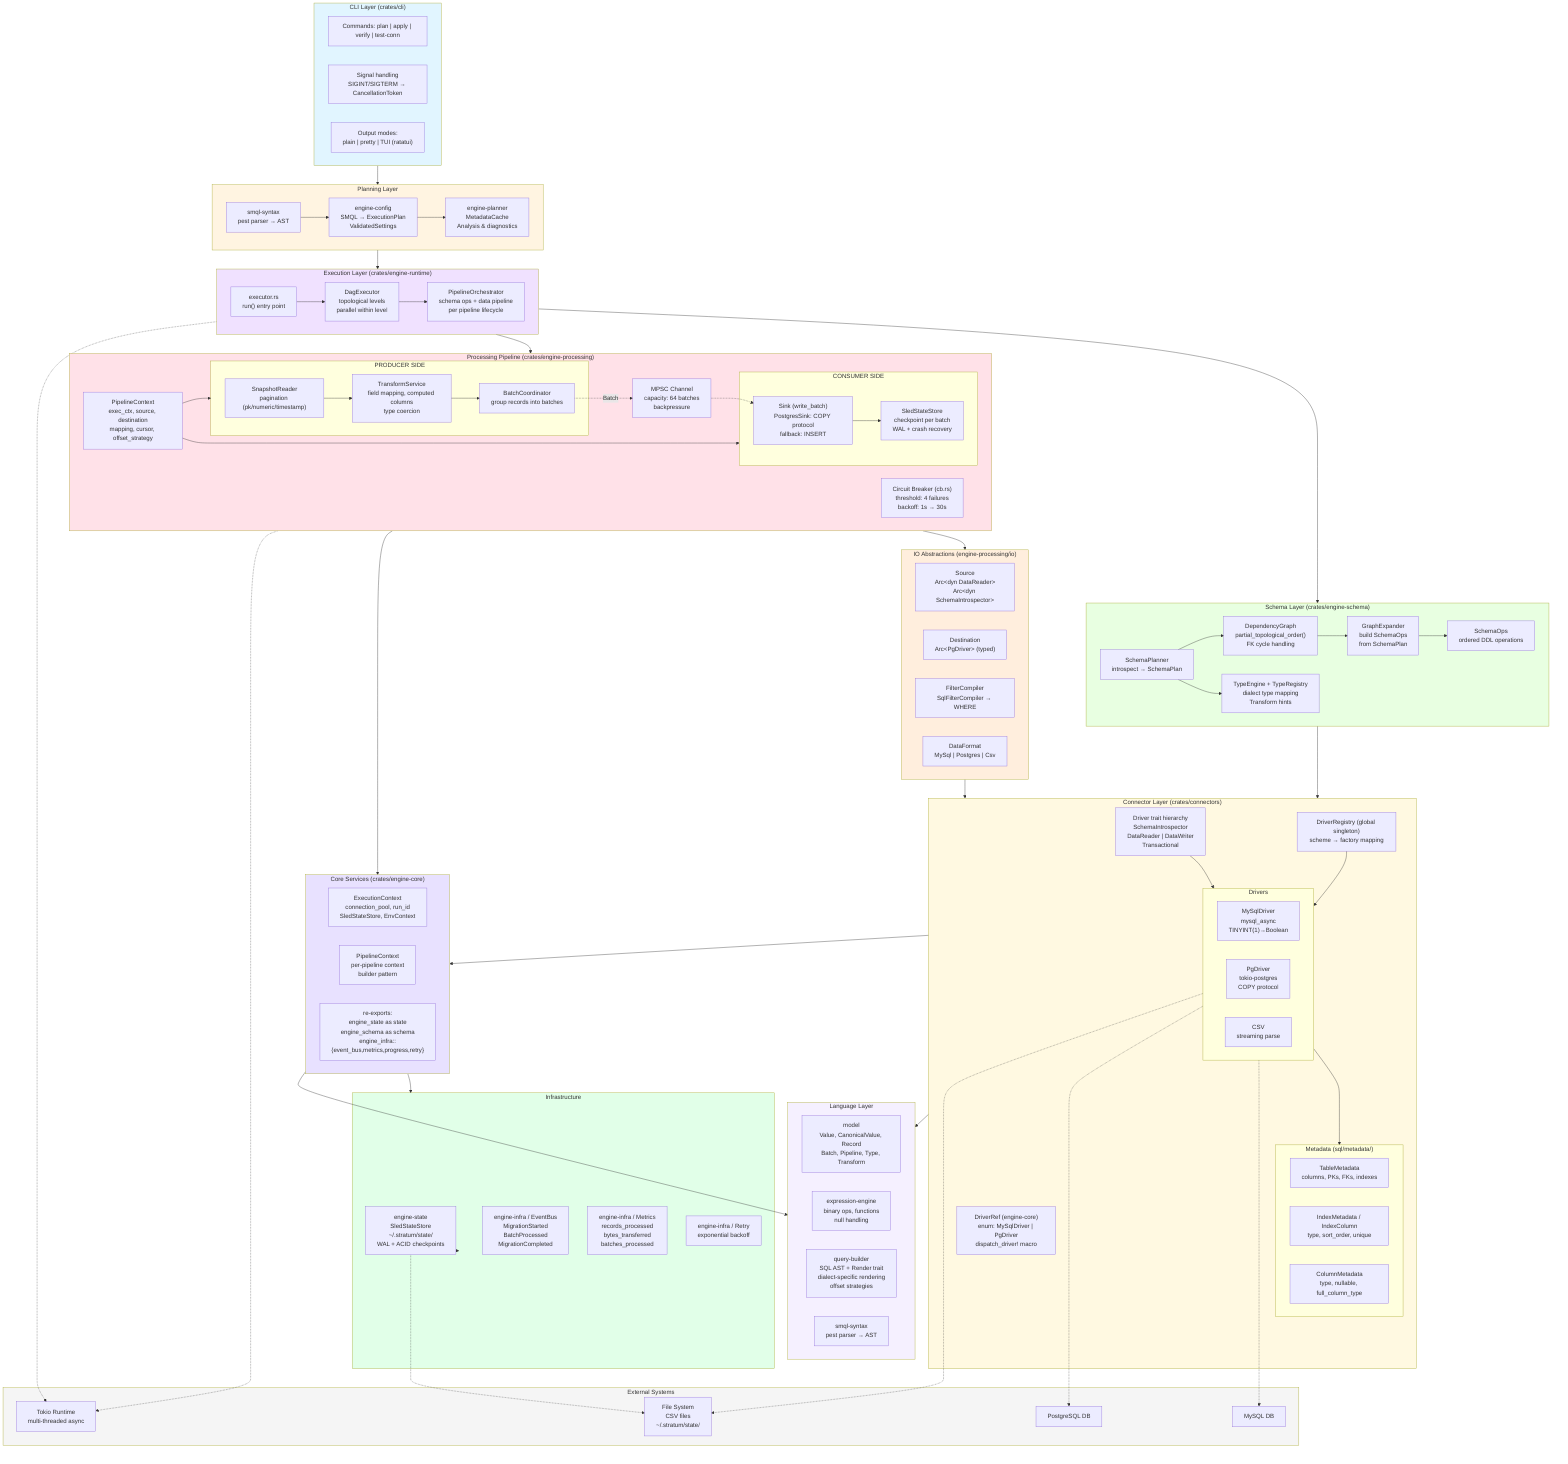
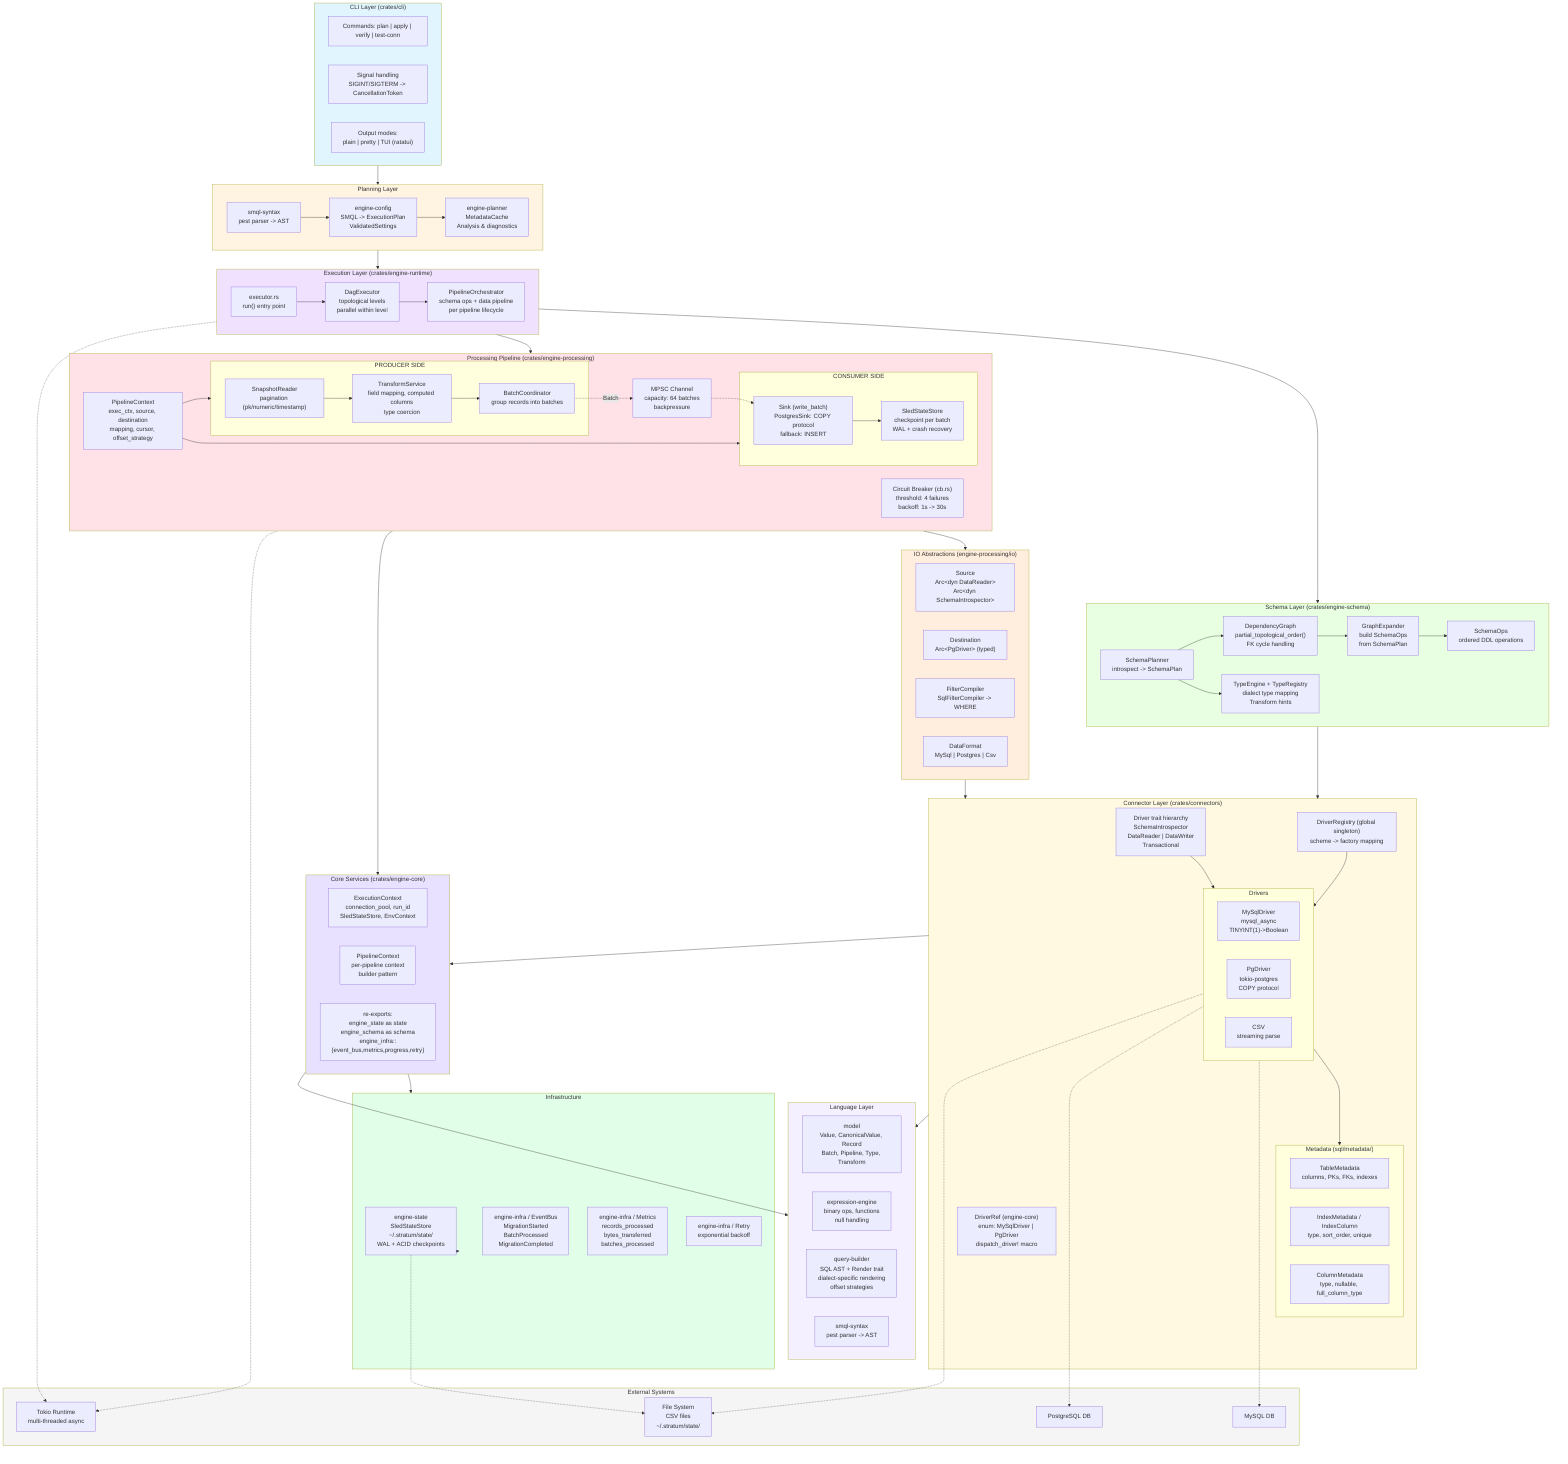
graph TB
    subgraph CLI["CLI Layer (crates/cli)"]
        CLI_CMDS["Commands: plan | apply | verify | test-conn"]
-         CLI_SIG["Signal handling<br/>SIGINT/SIGTERM → CancellationToken"]
+         CLI_SIG["Signal handling<br/>SIGINT/SIGTERM -> CancellationToken"]
        CLI_OUT["Output modes:<br/>plain | pretty | TUI (ratatui)"]
    end

    subgraph PLANNING["Planning Layer"]
-         SMQL["smql-syntax<br/>pest parser → AST"]
-         ENGINE_CFG["engine-config<br/>SMQL → ExecutionPlan<br/>ValidatedSettings"]
+         SMQL["smql-syntax<br/>pest parser -> AST"]
+         ENGINE_CFG["engine-config<br/>SMQL -> ExecutionPlan<br/>ValidatedSettings"]
        PLANNER["engine-planner<br/>MetadataCache<br/>Analysis & diagnostics"]

        SMQL --> ENGINE_CFG
        ENGINE_CFG --> PLANNER
    end

    subgraph RUNTIME["Execution Layer (crates/engine-runtime)"]
        EXECUTOR["executor.rs<br/>run() entry point"]
        DAG["DagExecutor<br/>topological levels<br/>parallel within level"]
        ORCH["PipelineOrchestrator<br/>schema ops + data pipeline<br/>per pipeline lifecycle"]

        EXECUTOR --> DAG
        DAG --> ORCH
    end

    subgraph SCHEMA["Schema Layer (crates/engine-schema)"]
-         SCHEMA_PLAN["SchemaPlanner<br/>introspect → SchemaPlan"]
+         SCHEMA_PLAN["SchemaPlanner<br/>introspect -> SchemaPlan"]
        DEP_GRAPH["DependencyGraph<br/>partial_topological_order()<br/>FK cycle handling"]
        TYPE_ENG["TypeEngine + TypeRegistry<br/>dialect type mapping<br/>Transform hints"]
        SCHEMA_OPS["SchemaOps<br/>ordered DDL operations"]
        GRAPH_EXP["GraphExpander<br/>build SchemaOps<br/>from SchemaPlan"]

        SCHEMA_PLAN --> DEP_GRAPH
        SCHEMA_PLAN --> TYPE_ENG
        GRAPH_EXP --> SCHEMA_OPS
        DEP_GRAPH --> GRAPH_EXP
    end

    subgraph PROCESSING["Processing Pipeline (crates/engine-processing)"]
        CTX["PipelineContext<br/>exec_ctx, source, destination<br/>mapping, cursor, offset_strategy"]

        subgraph PROD_SIDE["PRODUCER SIDE"]
            SNAPSHOT["SnapshotReader<br/>pagination (pk/numeric/timestamp)"]
            TRANSFORM["TransformService<br/>field mapping, computed columns<br/>type coercion"]
            BATCH_COORD["BatchCoordinator<br/>group records into batches"]

            SNAPSHOT --> TRANSFORM
            TRANSFORM --> BATCH_COORD
        end

        CHANNEL["MPSC Channel<br/>capacity: 64 batches<br/>backpressure"]

        subgraph CONS_SIDE["CONSUMER SIDE"]
            SINK["Sink (write_batch)<br/>PostgresSink: COPY protocol<br/>fallback: INSERT"]
            STATE_MGR["SledStateStore<br/>checkpoint per batch<br/>WAL + crash recovery"]

            SINK --> STATE_MGR
        end

-         CB["Circuit Breaker (cb.rs)<br/>threshold: 4 failures<br/>backoff: 1s → 30s"]
+         CB["Circuit Breaker (cb.rs)<br/>threshold: 4 failures<br/>backoff: 1s -> 30s"]

        BATCH_COORD -.->|Batch| CHANNEL
        CHANNEL -.-> SINK
        CTX --> PROD_SIDE
        CTX --> CONS_SIDE
    end

    subgraph IO["IO Abstractions (engine-processing/io)"]
        SOURCE["Source<br/>Arc&lt;dyn DataReader&gt;<br/>Arc&lt;dyn SchemaIntrospector&gt;"]
        DESTINATION["Destination<br/>Arc&lt;PgDriver&gt; (typed)"]
-         FILTER["FilterCompiler<br/>SqlFilterCompiler → WHERE"]
+         FILTER["FilterCompiler<br/>SqlFilterCompiler -> WHERE"]
        FORMAT["DataFormat<br/>MySql | Postgres | Csv"]
    end

    subgraph CONNECTORS["Connector Layer (crates/connectors)"]
        DRIVER_TRAIT["Driver trait hierarchy<br/>SchemaIntrospector<br/>DataReader | DataWriter<br/>Transactional"]
        DRIVER_REF["DriverRef (engine-core)<br/>enum: MySqlDriver | PgDriver<br/>dispatch_driver! macro"]
-         REGISTRY["DriverRegistry (global singleton)<br/>scheme → factory mapping"]
+         REGISTRY["DriverRegistry (global singleton)<br/>scheme -> factory mapping"]

        subgraph DRIVERS["Drivers"]
-             MYSQL_DRV["MySqlDriver<br/>mysql_async<br/>TINYINT(1)→Boolean"]
+             MYSQL_DRV["MySqlDriver<br/>mysql_async<br/>TINYINT(1)->Boolean"]
            PG_DRV["PgDriver<br/>tokio-postgres<br/>COPY protocol"]
            CSV_DRV["CSV<br/>streaming parse"]
        end

        subgraph METADATA["Metadata (sql/metadata/)"]
            TABLE_META["TableMetadata<br/>columns, PKs, FKs, indexes"]
            IDX_META["IndexMetadata / IndexColumn<br/>type, sort_order, unique"]
            COL_META["ColumnMetadata<br/>type, nullable, full_column_type"]
        end

        DRIVER_TRAIT --> DRIVERS
        REGISTRY --> DRIVERS
        DRIVERS --> METADATA
    end

    subgraph CORE["Core Services (crates/engine-core)"]
        EXEC_CTX["ExecutionContext<br/>connection_pool, run_id<br/>SledStateStore, EnvContext"]
        PIPELINE_CTX["PipelineContext<br/>per-pipeline context<br/>builder pattern"]

        NOTE["re-exports:<br/>engine_state as state<br/>engine_schema as schema<br/>engine_infra::{event_bus,metrics,progress,retry}"]
    end

    subgraph INFRA["Infrastructure"]
        STATE["engine-state<br/>SledStateStore<br/>~/.stratum/state/<br/>WAL + ACID checkpoints"]
        EVENTBUS["engine-infra / EventBus<br/>MigrationStarted<br/>BatchProcessed<br/>MigrationCompleted"]
        METRICS["engine-infra / Metrics<br/>records_processed<br/>bytes_transferred<br/>batches_processed"]
        RETRY["engine-infra / Retry<br/>exponential backoff"]
    end

    subgraph LANG["Language Layer"]
        MODEL["model<br/>Value, CanonicalValue, Record<br/>Batch, Pipeline, Type, Transform"]
        EXPR["expression-engine<br/>binary ops, functions<br/>null handling"]
        QB["query-builder<br/>SQL AST + Render trait<br/>dialect-specific rendering<br/>offset strategies"]
-         SMQL_CRATE["smql-syntax<br/>pest parser → AST"]
+         SMQL_CRATE["smql-syntax<br/>pest parser -> AST"]
    end

    subgraph EXTERNAL["External Systems"]
        MYSQL_DB["MySQL DB"]
        PG_DB["PostgreSQL DB"]
        FS["File System<br/>CSV files<br/>~/.stratum/state/"]
        TOKIO["Tokio Runtime<br/>multi-threaded async"]
    end

    CLI --> PLANNING
    PLANNING --> RUNTIME
    RUNTIME --> SCHEMA
    RUNTIME --> PROCESSING
    PROCESSING --> IO
    IO --> CONNECTORS
    SCHEMA --> CONNECTORS
    CONNECTORS --> CORE
    PROCESSING --> CORE
    CORE --> INFRA
    INFRA --> STATE
    CONNECTORS --> LANG
    CORE --> LANG

    DRIVERS -.-> MYSQL_DB
    DRIVERS -.-> PG_DB
    DRIVERS -.-> FS
    STATE -.-> FS
    RUNTIME -.-> TOKIO
    PROCESSING -.-> TOKIO

    style CLI fill:#e1f5ff
    style PLANNING fill:#fff4e1
    style RUNTIME fill:#f0e1ff
    style SCHEMA fill:#e8ffe1
    style PROCESSING fill:#ffe1e8
    style IO fill:#ffeedd
    style CONNECTORS fill:#fff9e1
    style CORE fill:#e8e1ff
    style INFRA fill:#e1ffe8
    style LANG fill:#f5f0ff
    style EXTERNAL fill:#f5f5f5
